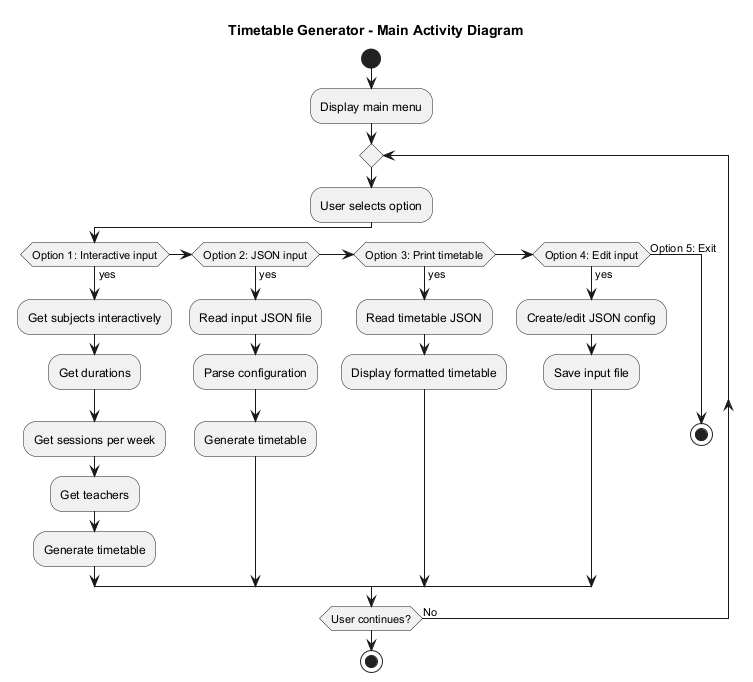
The PlantUML diagram Activity.png in BhaveshSabharwal/JAVA-and-DSA-Sem-end-Project, before a commit. The source it was exported from:
```plantuml
@startuml
title Timetable Generator - Main Activity Diagram

start
:Display main menu;
repeat
  :User selects option;
    if (Option 1: Interactive input) then (yes)
      :Get subjects interactively;
      :Get durations;
      :Get sessions per week;
      :Get teachers;
      :Generate timetable;
    elseif (Option 2: JSON input) then (yes)
      :Read input JSON file;
      :Parse configuration;
      :Generate timetable;
    elseif (Option 3: Print timetable) then (yes)
      :Read timetable JSON;
      :Display formatted timetable;
    elseif (Option 4: Edit input) then (yes)
      :Create/edit JSON config;
      :Save input file;
    else (Option 5: Exit)
      stop
    endif
repeat while (User continues?) is (No)
stop
@enduml
```
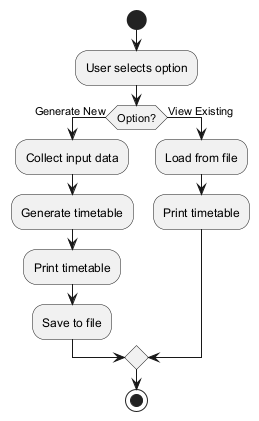
After the change.

The edit, as a diff of the source:
```diff
@@ -1,29 +1,14 @@
 @startuml
-title Timetable Generator - Main Activity Diagram
-
 start
-:Display main menu;
-repeat
-  :User selects option;
-    if (Option 1: Interactive input) then (yes)
-      :Get subjects interactively;
-      :Get durations;
-      :Get sessions per week;
-      :Get teachers;
-      :Generate timetable;
-    elseif (Option 2: JSON input) then (yes)
-      :Read input JSON file;
-      :Parse configuration;
-      :Generate timetable;
-    elseif (Option 3: Print timetable) then (yes)
-      :Read timetable JSON;
-      :Display formatted timetable;
-    elseif (Option 4: Edit input) then (yes)
-      :Create/edit JSON config;
-      :Save input file;
-    else (Option 5: Exit)
-      stop
-    endif
-repeat while (User continues?) is (No)
+:User selects option;
+if (Option?) then (Generate New)
+  :Collect input data;
+  :Generate timetable;
+  :Print timetable;
+  :Save to file;
+else (View Existing)
+  :Load from file;
+  :Print timetable;
+endif
 stop
 @enduml
```
